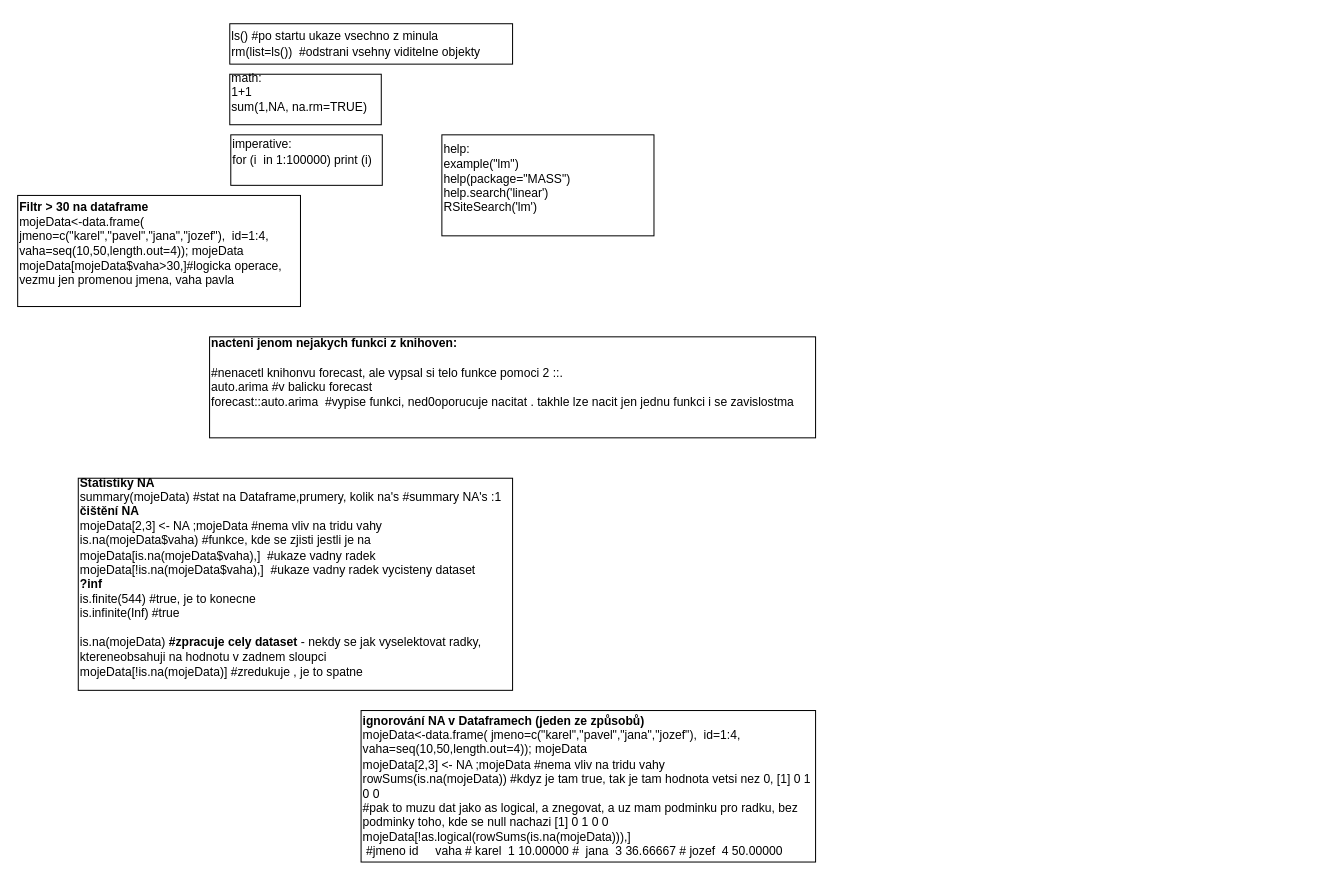
Earlier version of the draw.io diagram page "helpers" (4 of 10) of MDAV_UCL.drawio (pama78/ucl). Source tidied: cells renumbered, new cells numbered last; positions are measured from the earlier drawing's top-left corner, leaving out a move shared by most shapes. Both pictures are drawn from the tidied source at 101%, with x=0, y=0 at pixel (17, 23).
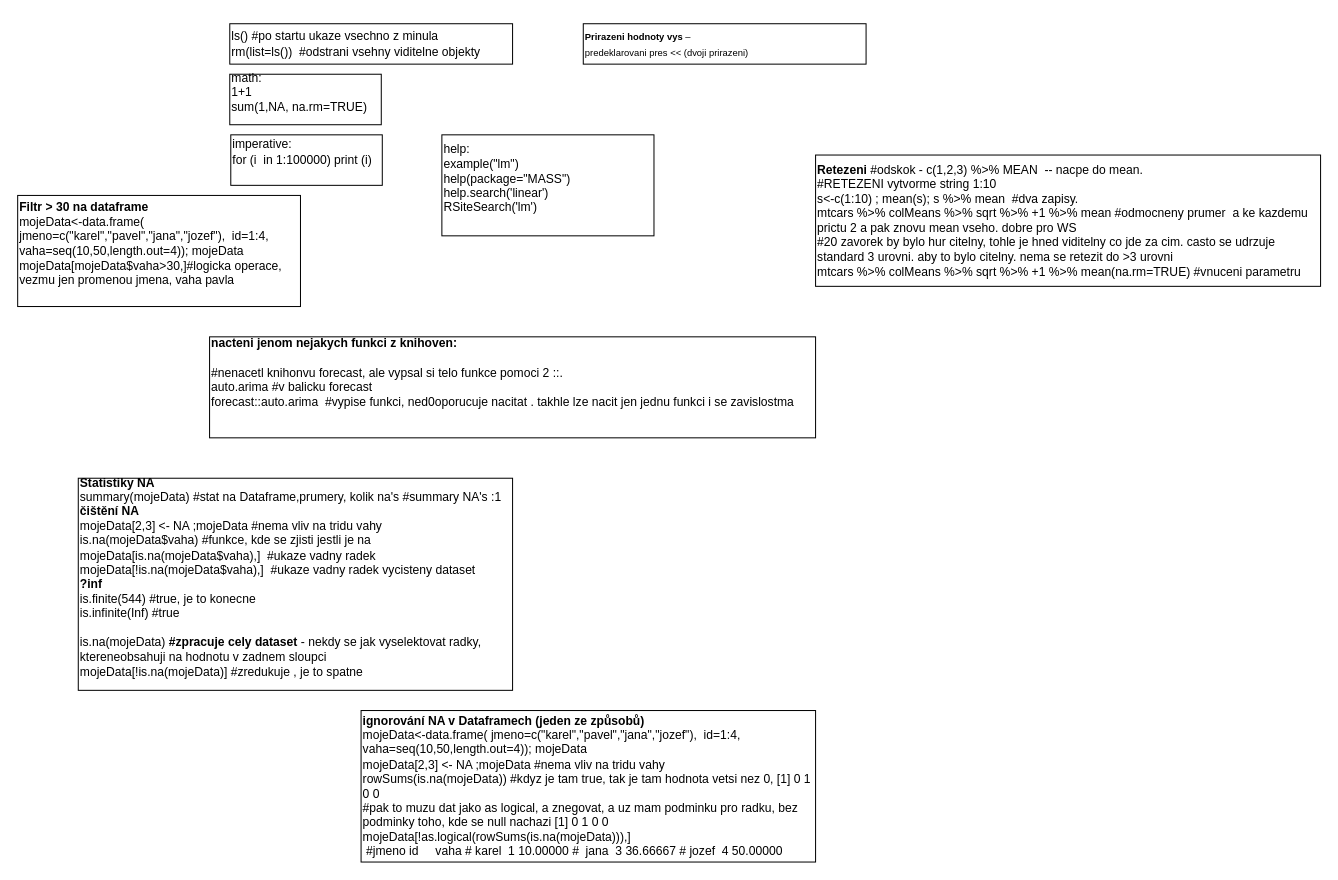
The same page after the edit.

The edit, as a diff of the source:
```diff
@@
 <mxGraphModel>
   <root>
     <mxCell id="0" />
     <mxCell id="1" parent="0" />
     <mxCell id="2" value="&lt;div&gt;ls() #po startu ukaze vsechno z minula&lt;/div&gt;&lt;div&gt;rm(list=ls())&amp;nbsp; #odstrani vsehny viditelne objekty&lt;/div&gt;" style="rounded=0;whiteSpace=wrap;html=1;align=left;" parent="1" vertex="1">
       <mxGeometry x="210" width="280" height="40" as="geometry" />
     </mxCell>
     <mxCell id="3" value="&lt;div&gt;&lt;span&gt;math:&amp;nbsp;&lt;/span&gt;&lt;/div&gt;&lt;div&gt;1+1&lt;/div&gt;&lt;div&gt;sum(1,NA, na.rm=TRUE)&lt;br&gt;&lt;/div&gt;&lt;div&gt;&lt;br&gt;&lt;/div&gt;" style="rounded=0;whiteSpace=wrap;html=1;align=left;" parent="1" vertex="1">
       <mxGeometry x="210" y="50" width="150" height="50" as="geometry" />
     </mxCell>
     <mxCell id="4" value="&lt;div&gt;imperative:&lt;/div&gt;&lt;div&gt;&lt;span&gt;for (i&amp;nbsp; in 1:100000) print (i)&lt;/span&gt;&lt;/div&gt;&lt;div&gt;&lt;div&gt;&lt;font color=&quot;rgba(0, 0, 0, 0)&quot; face=&quot;monospace&quot;&gt;&lt;span style=&quot;font-size: 0px ; white-space: nowrap&quot;&gt;for (i&amp;nbsp; in 1:100000) print (i)&lt;/span&gt;&lt;/font&gt;&lt;/div&gt;&lt;div style=&quot;color: rgba(0 , 0 , 0 , 0) ; font-family: monospace ; font-size: 0px ; white-space: nowrap&quot;&gt;&lt;div&gt;for (i&amp;nbsp; in 1:100000) print (i)&lt;/div&gt;&lt;div&gt;&lt;br&gt;&lt;/div&gt;&lt;/div&gt;&lt;/div&gt;" style="rounded=0;whiteSpace=wrap;html=1;align=left;" parent="1" vertex="1">
       <mxGeometry x="211" y="110" width="150" height="50" as="geometry" />
     </mxCell>
     <mxCell id="5" value="&lt;div&gt;help:&lt;font color=&quot;rgba(0, 0, 0, 0)&quot; face=&quot;monospace&quot;&gt;&lt;span style=&quot;font-size: 0px ; white-space: nowrap&quot;&gt;&lt;span&gt;example(&quot;lm&quot;)&lt;/span&gt;&lt;/span&gt;&lt;/font&gt;&lt;/div&gt;&lt;div&gt;&lt;span&gt;&lt;div&gt;example(&quot;lm&quot;)&lt;/div&gt;&lt;div&gt;&lt;div&gt;help(package=&quot;MASS&quot;)&lt;/div&gt;&lt;/div&gt;&lt;div&gt;&lt;div&gt;help.search('linear')&lt;/div&gt;&lt;div&gt;&lt;span&gt;RSiteSearch('lm')&lt;/span&gt;&lt;br&gt;&lt;/div&gt;&lt;/div&gt;&lt;div&gt;&lt;br&gt;&lt;/div&gt;&lt;/span&gt;&lt;/div&gt;" style="rounded=0;whiteSpace=wrap;html=1;align=left;" parent="1" vertex="1">
       <mxGeometry x="420" y="110" width="210" height="100" as="geometry" />
     </mxCell>
     <mxCell id="6" value="&lt;div&gt;&lt;b&gt;Statistiky NA&lt;/b&gt;&lt;/div&gt;&lt;div&gt;&lt;div&gt;&lt;span&gt;summary(mojeData) #stat na Dataframe,prumery, kolik na's&amp;nbsp;&lt;/span&gt;&lt;span&gt;#summary&amp;nbsp;NA's :1&amp;nbsp;&lt;/span&gt;&lt;/div&gt;&lt;div&gt;&lt;b&gt;čištění NA&lt;/b&gt;&lt;br&gt;&lt;/div&gt;&lt;/div&gt;&lt;div&gt;mojeData[2,3] &amp;lt;- NA ;mojeData #nema vliv na tridu vahy&lt;/div&gt;&lt;div&gt;is.na(mojeData$vaha) #funkce, kde se zjisti jestli je na&lt;/div&gt;&lt;div&gt;mojeData[is.na(mojeData$vaha),]&amp;nbsp; #ukaze vadny radek&lt;/div&gt;&lt;div&gt;mojeData[!is.na(mojeData$vaha),]&amp;nbsp; #ukaze vadny radek vycisteny dataset&lt;/div&gt;&lt;div&gt;&lt;b&gt;&lt;span&gt;?inf&lt;/span&gt;&lt;br&gt;&lt;/b&gt;&lt;/div&gt;&lt;div&gt;&lt;div&gt;is.finite(544) #true, je to konecne&lt;/div&gt;&lt;div&gt;is.infinite(Inf) #true&lt;/div&gt;&lt;div&gt;&lt;br&gt;&lt;/div&gt;&lt;div&gt;is.na(mojeData) &lt;b&gt;#zpracuje cely dataset &lt;/b&gt;- nekdy se jak vyselektovat radky, ktereneobsahuji na hodnotu v zadnem sloupci&lt;/div&gt;&lt;div&gt;mojeData[!is.na(mojeData)] #zredukuje , je to spatne&lt;/div&gt;&lt;/div&gt;&lt;div&gt;&lt;br&gt;&lt;/div&gt;" style="rounded=0;whiteSpace=wrap;html=1;align=left;" parent="1" vertex="1">
       <mxGeometry x="60" y="450" width="430" height="210" as="geometry" />
     </mxCell>
     <mxCell id="7" value="&lt;b&gt;Filtr &amp;gt; 30 na dataframe&lt;br&gt;&lt;/b&gt;&lt;div&gt;mojeData&amp;lt;-data.frame( jmeno=c(&quot;karel&quot;,&quot;pavel&quot;,&quot;jana&quot;,&quot;jozef&quot;),&amp;nbsp; id=1:4,&amp;nbsp; vaha=seq(10,50,length.out=4)); mojeData&lt;/div&gt;&lt;div&gt;mojeData[mojeData$vaha&amp;gt;30,]#logicka operace, vezmu jen promenou jmena, vaha pavla&lt;/div&gt;&lt;div&gt;&lt;br&gt;&lt;/div&gt;" style="rounded=0;whiteSpace=wrap;html=1;align=left;" parent="1" vertex="1">
       <mxGeometry y="170" width="280" height="110" as="geometry" />
     </mxCell>
     <mxCell id="8" value="&lt;div&gt;&lt;b&gt;ignorování NA v Dataframech (jeden ze způsobů)&lt;/b&gt;&lt;/div&gt;&lt;div&gt;&lt;div&gt;mojeData&amp;lt;-data.frame( jmeno=c(&quot;karel&quot;,&quot;pavel&quot;,&quot;jana&quot;,&quot;jozef&quot;),&amp;nbsp; id=1:4,&amp;nbsp; vaha=seq(10,50,length.out=4)); mojeData&lt;/div&gt;&lt;div style=&quot;font-weight: bold&quot;&gt;&lt;span style=&quot;font-weight: normal&quot;&gt;mojeData[2,3] &amp;lt;- NA ;mojeData #nema vliv na tridu vahy&lt;/span&gt;&lt;br&gt;&lt;/div&gt;&lt;/div&gt;&lt;div&gt;&lt;div&gt;&lt;span&gt;rowSums(is.na(mojeData)) #kdyz je tam true, tak je tam hodnota vetsi nez 0, [1] 0 1 0 0&lt;/span&gt;&lt;br&gt;&lt;/div&gt;&lt;/div&gt;&lt;div&gt;&lt;div&gt;#pak to muzu dat jako as logical, a znegovat, a uz mam podminku pro radku, bez podminky toho, kde se null nachazi &lt;span&gt;[1] 0 1 0 0&lt;/span&gt;&lt;/div&gt;&lt;div&gt;mojeData[!as.logical(rowSums(is.na(mojeData))),]&amp;nbsp;&lt;/div&gt;&lt;div&gt;&amp;nbsp;&lt;span&gt;#jmeno id&amp;nbsp; &amp;nbsp; &amp;nbsp;vaha&amp;nbsp;&lt;/span&gt;&lt;span&gt;# karel&amp;nbsp; 1 10.00000&amp;nbsp;&lt;/span&gt;&lt;span&gt;#&amp;nbsp; jana&amp;nbsp; 3 36.66667&amp;nbsp;&lt;/span&gt;&lt;span&gt;# jozef&amp;nbsp; 4 50.00000&lt;/span&gt;&lt;/div&gt;&lt;/div&gt;" style="rounded=0;whiteSpace=wrap;html=1;align=left;" parent="1" vertex="1">
       <mxGeometry x="340" y="680" width="450" height="150" as="geometry" />
     </mxCell>
     <mxCell id="9" value="&lt;div&gt;&lt;b&gt;nacteni jenom nejakych funkci z knihoven:&amp;nbsp;&lt;/b&gt;&lt;/div&gt;&lt;div&gt;&lt;br&gt;&lt;/div&gt;&lt;div&gt;&lt;div&gt;#nenacetl knihonvu forecast, ale vypsal si telo funkce pomoci 2 ::.&amp;nbsp;&lt;/div&gt;&lt;div&gt;auto.arima #v balicku forecast&lt;/div&gt;&lt;div&gt;forecast::auto.arima&amp;nbsp; #vypise funkci, ned0oporucuje nacitat . takhle lze nacit jen jednu funkci i se zavislostma&lt;/div&gt;&lt;/div&gt;&lt;div&gt;&lt;br&gt;&lt;/div&gt;&lt;div&gt;&lt;span style=&quot;color: rgba(0 , 0 , 0 , 0) ; font-family: monospace ; font-size: 0px ; white-space: nowrap&quot;&gt;%3CmraphModel%3E%3Croot%3E%3CmxCell%20id%3D%220%22%2F%3E%3CmxCell%20id%3D%221%22%20parent%3D%220%22%2F%3E%3CmxCell%20id%3D%222%22%20value%3D%22%26lt%3Bdiv%26gt%3Bhelp%3A%26lt%3Bspan%20style%3D%26quot%3Bcolor%3A%20rgba(0%20%2C%200%20%2C%200%20%2C%200)%20%3B%20font-family%3A%20monospace%20%3B%20font-size%3A%200px%20%3B%20white-space%3A%20nowrap%26quot%3B%26gt%3B%253CmxGraphModel%253E%253Croot%253E%253CmxCell%2520id%253D%25220%2522%252F%253E%253CmxCell%2520id%253D%25221%2522%2520parent%253D%25220%2522%252F%253E%253CmxCell%2520id%253D%25222%2522%2520value%253D%2522%2526lt%253Bdiv%2526gt%253B%2526lt%253Bspan%2526gt%253Bmath%253A%2526amp%253Bnbsp%253B%2526lt%253B%252Fspan%2526gt%253B%2526lt%253B%252Fdiv%2526gt%253B%2526lt%253Bdiv%2526gt%253B1%252B1%2526lt%253B%252Fdiv%2526gt%253B%2526lt%253Bdiv%2526gt%253Bsum(1%252CNA%252C%2520na.rm%253DTRUE)%2526lt%253Bbr%2526gt%253B%2526lt%253B%252Fdiv%2526gt%253B%2526lt%253Bdiv%2526gt%253B%2526lt%253Bbr%2526gt%253B%2526lt%253B%252Fdiv%2526gt%253B%2522%2520style%253D%2522rounded%253D0%253BwhiteSpace%253Dwrap%253Bhtml%253D1%253Balign%253Dleft%253B%2522%2520vertex%253D%25221%2522%2520parent%253D%25221%2522%253E%253CmxGeometry%2520x%253D%2522220%2522%2520y%253D%2522130%2522%2520width%253D%2522150%2522%2520height%253D%252250%2522%2520as%253D%2522geometry%2522%252F%253E%253C%252FmxCell%253E%253C%252Froot%253E%253C%252FmxGraphModel%253E%26amp%3Bnbsp%3B%26lt%3B%2Fspan%26gt%3B%26lt%3Bfont%20color%3D%26quot%3Brgba(0%2C%200%2C%200%2C%200)%26quot%3B%20face%3D%26quot%3Bmonospace%26quot%3B%26gt%3B%26lt%3Bspan%20style%3D%26quot%3Bfont-size%3A%200px%20%3B%20white-space%3A%20nowrap%26quot%3B%26gt%3B%26lt%3Bspan%26gt%3Bexample(%26quot%3Blm%26quot%3B)%26lt%3B%2Fspan%26gt%3B%26lt%3B%2Fspan%26gt%3B%26lt%3B%2Ffont%26gt%3B%26lt%3B%2Fdiv%26gt%3B%26lt%3Bdiv%26gt%3B%26lt%3Bspan%26gt%3B%26lt%3Bdiv%26gt%3Bexample(%26quot%3Blm%26quot%3B)%26lt%3B%2Fdiv%26gt%3B%26lt%3Bdiv%26gt%3B%26lt%3Bdiv%26gt%3Bhelp(package%3D%26quot%3BMASS%26quot%3B)%26lt%3B%2Fdiv%26gt%3B%26lt%3B%2Fdiv%26gt%3B%26lt%3Bdiv%26gt%3B%26lt%3Bdiv%26gt%3Bhelp.search('linear')%26lt%3B%2Fdiv%26gt%3B%26lt%3Bdiv%26gt%3B%26lt%3Bspan%26gt%3BRSiteSearch('lm')%26lt%3B%2Fspan%26gt%3B%26lt%3Bbr%26gt%3B%26lt%3B%2Fdiv%26gt%3B%26lt%3B%2Fdiv%26gt%3B%26lt%3Bdiv%26gt%3B%26lt%3Bbr%26gt%3B%26lt%3B%2Fdiv%26gt%3B%26lt%3B%2Fspan%26gt%3B%26lt%3B%2Fdiv%26gt%3B%22%20style%3D%22rounded%3D0%3BwhiteSpace%3Dwrap%3Bhtml%3D1%3Balign%3Dleft%3B%22%20vertex%3D%221%22%20parent%3D%221%22%3E%3CmxGeometry%20x%3D%22430%22%20y%3D%22190%22%20width%3D%22210%22%20height%3D%22100%22%20as%3D%22geometry%22%2F%3E%3C%2FmxCell%3E%3C%2Froot%3E%3C%2FmxGraphModel%3E&lt;/span&gt;&lt;br&gt;&lt;/div&gt;" style="rounded=0;whiteSpace=wrap;html=1;align=left;" parent="1" vertex="1">
       <mxGeometry x="190" y="310" width="600" height="100" as="geometry" />
     </mxCell>
+    <mxCell id="10" value="&lt;p class=&quot;MsoNoSpacing&quot;&gt;&lt;span style=&quot;font-size: 7.0pt&quot;&gt;&lt;b&gt;Prirazeni hodnoty vys&lt;/b&gt; –&lt;br/&gt;predeklarovani pres &amp;lt;&amp;lt; (dvoji prirazeni)&lt;/span&gt;&lt;/p&gt;" style="rounded=0;whiteSpace=wrap;html=1;align=left;" parent="1" vertex="1">
+      <mxGeometry x="560" width="280" height="40" as="geometry" />
+    </mxCell>
+    <mxCell id="11" value="&lt;b&gt;Retezeni&amp;nbsp;&lt;/b&gt;&lt;span&gt;#odskok - c(1,2,3) %&amp;gt;% MEAN&amp;nbsp; -- nacpe do mean.&amp;nbsp;&lt;/span&gt;&lt;div&gt;#RETEZENI vytvorme string 1:10&lt;/div&gt;&lt;div&gt;s&amp;lt;-c(1:10) ; mean(s); s %&amp;gt;% mean&amp;nbsp; #dva zapisy.&amp;nbsp;&lt;/div&gt;&lt;div&gt;mtcars %&amp;gt;% colMeans %&amp;gt;% sqrt %&amp;gt;% +1 %&amp;gt;% mean #odmocneny prumer&amp;nbsp; a ke kazdemu prictu 2 a pak znovu mean vseho. dobre pro WS&lt;/div&gt;&lt;div&gt;#20 zavorek by bylo hur citelny, tohle je hned viditelny co jde za cim. casto se udrzuje standard 3 urovni. aby to bylo citelny. nema se retezit do &amp;gt;3 urovni&lt;/div&gt;&lt;div&gt;mtcars %&amp;gt;% colMeans %&amp;gt;% sqrt %&amp;gt;% +1 %&amp;gt;% mean(na.rm=TRUE) #vnuceni parametru&lt;/div&gt;" style="rounded=0;whiteSpace=wrap;html=1;align=left;" parent="1" vertex="1">
+      <mxGeometry x="790" y="130" width="500" height="130" as="geometry" />
+    </mxCell>
   </root>
 </mxGraphModel>
```
